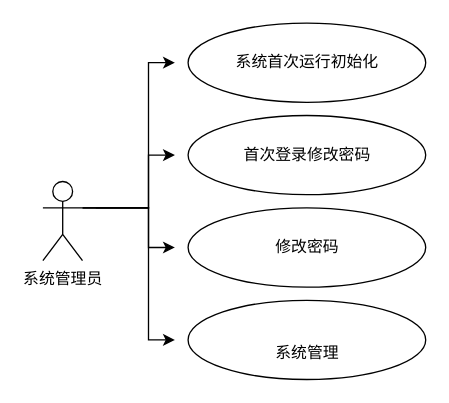
Before: page "sys_manager_00" (1 of 3) of src/home/others/sys_init.drawio in ab-doc/draw.io, a draw.io diagram. Source tidied: cells renumbered, new cells numbered last; positions are measured from the earlier drawing's top-left corner, leaving out a move shared by most shapes. Both pictures are drawn from the tidied source at 132%, with x=0, y=0 at pixel (42, 22).
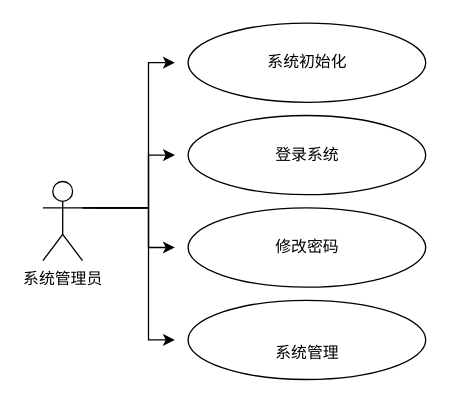
After the change.

Diff of the diagram source:
```diff
@@
-    <mxCell id="8" value="系统首次运行初始化" style="text;html=1;align=center;verticalAlign=middle;strokeColor=none;fillColor=none;" parent="1" vertex="1">
-      <mxGeometry x="140" y="20" width="120" height="20" as="geometry" />
+    <mxCell id="8" value="系统初始化" style="text;html=1;align=center;verticalAlign=middle;strokeColor=none;fillColor=none;" parent="1" vertex="1">
+      <mxGeometry x="160" y="20" width="80" height="20" as="geometry" />
     </mxCell>
@@
-    <mxCell id="10" value="首次登录修改密码" style="text;html=1;align=center;verticalAlign=middle;strokeColor=none;fillColor=none;" parent="1" vertex="1">
-      <mxGeometry x="145" y="90" width="110" height="20" as="geometry" />
+    <mxCell id="10" value="登录系统" style="text;html=1;align=center;verticalAlign=middle;strokeColor=none;fillColor=none;" parent="1" vertex="1">
+      <mxGeometry x="170" y="90" width="60" height="20" as="geometry" />
     </mxCell>
```
